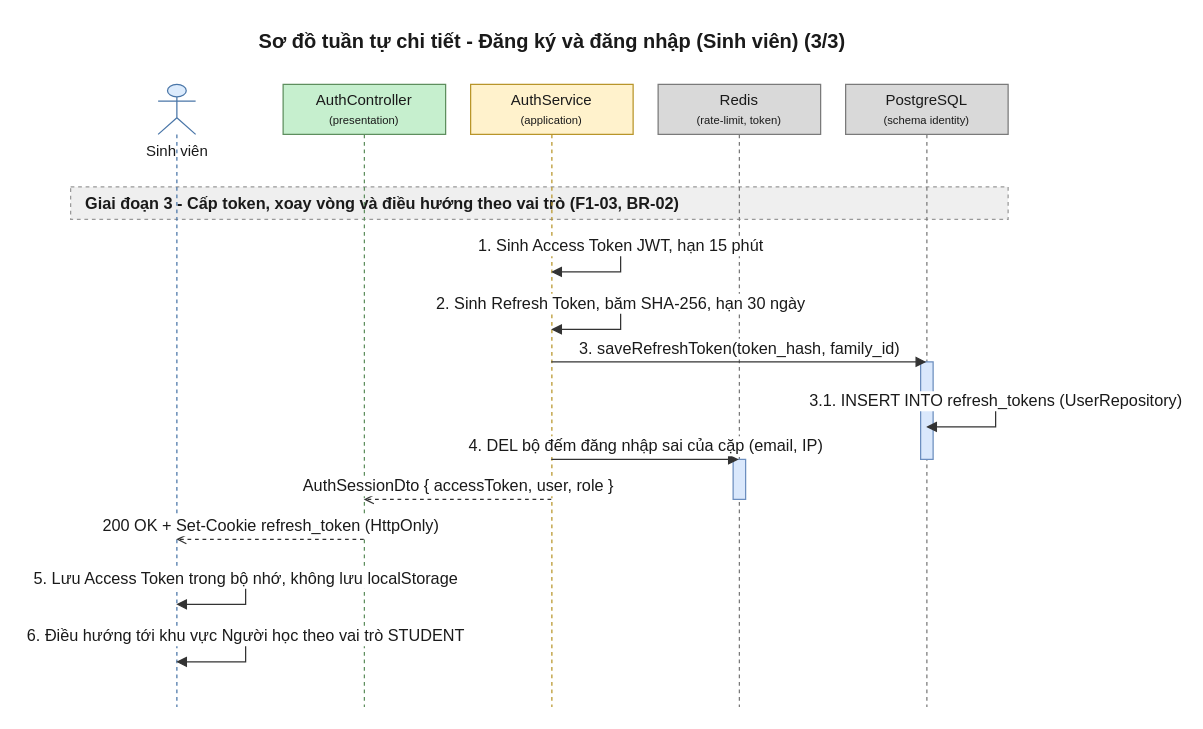
The draw.io diagram 08-diagram/sequence/user/sequence_user_dang_ky_dang_nhap_p3.drawio in daiphu1801/PRJ_ALGOPREP, before the edit. Source tidied: cells renumbered, new cells numbered last; positions are measured from the earlier drawing's top-left corner, leaving out a move shared by most shapes. Both pictures are drawn from the tidied source at 125%, with x=0, y=0 at pixel (70, 21).
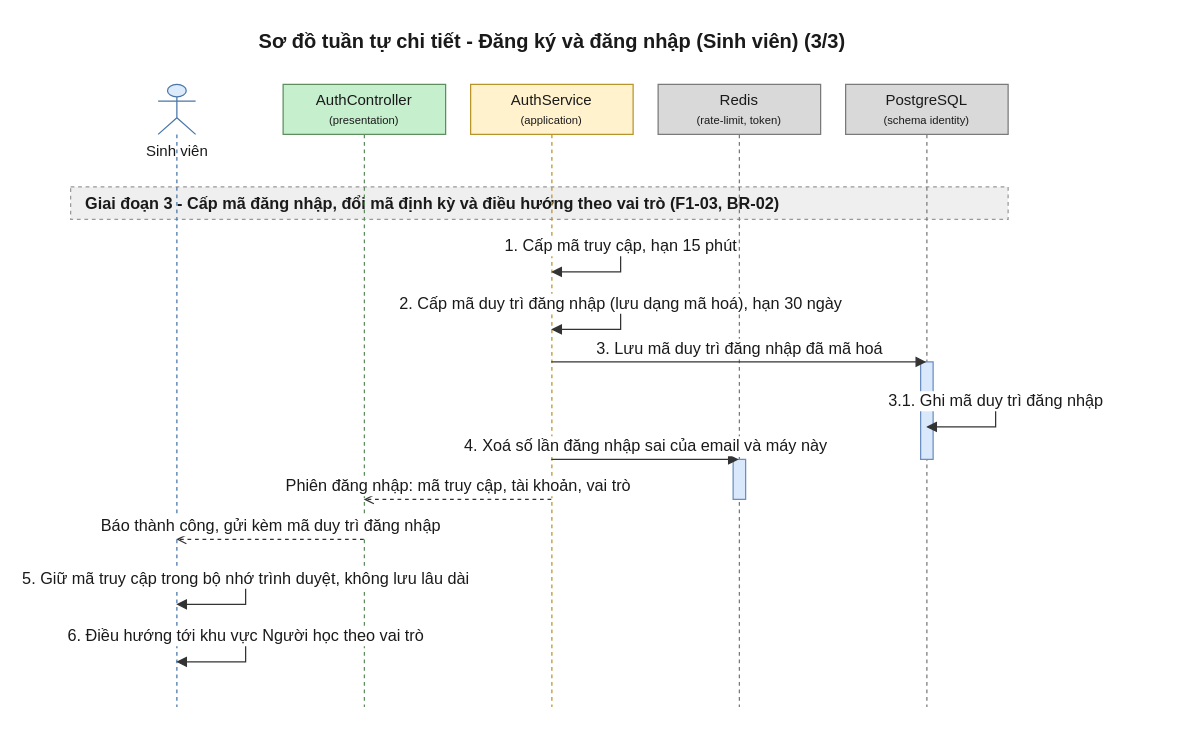
After the change.

Unchanged cells that the change refers to:
```xml
<mxCell id="4" value="Sinh viên" style="shape=umlLifeline;participant=umlActor;perimeter=lifelinePerimeter;html=1;outlineConnect=0;size=40;verticalAlign=top;spacingTop=40;fillColor=#DCEBFC;strokeColor=#4A76A8;fontColor=#1A1A1A;" parent="1" vertex="1">
  <mxGeometry x="70" y="50" width="30" height="498" as="geometry" />
</mxCell>
<mxCell id="5" value="AuthController&lt;br&gt;&lt;font style=&quot;font-size:9px&quot;&gt;(presentation)&lt;/font&gt;" style="shape=umlLifeline;perimeter=lifelinePerimeter;whiteSpace=wrap;html=1;outlineConnect=0;size=40;fillColor=#C6EFCE;strokeColor=#5E8E5E;fontColor=#1A1A1A;" parent="1" vertex="1">
  <mxGeometry x="170" y="50" width="130" height="498" as="geometry" />
</mxCell>
<mxCell id="6" value="AuthService&lt;br&gt;&lt;font style=&quot;font-size:9px&quot;&gt;(application)&lt;/font&gt;" style="shape=umlLifeline;perimeter=lifelinePerimeter;whiteSpace=wrap;html=1;outlineConnect=0;size=40;fillColor=#FFF2CC;strokeColor=#B8952A;fontColor=#1A1A1A;" parent="1" vertex="1">
  <mxGeometry x="320" y="50" width="130" height="498" as="geometry" />
</mxCell>
<mxCell id="7" value="Redis&lt;br&gt;&lt;font style=&quot;font-size:9px&quot;&gt;(rate-limit, token)&lt;/font&gt;" style="shape=umlLifeline;perimeter=lifelinePerimeter;whiteSpace=wrap;html=1;outlineConnect=0;size=40;fillColor=#D9D9D9;strokeColor=#7A7A7A;fontColor=#1A1A1A;" parent="1" vertex="1">
  <mxGeometry x="470" y="50" width="130" height="498" as="geometry" />
</mxCell>
<mxCell id="8" value="PostgreSQL&lt;br&gt;&lt;font style=&quot;font-size:9px&quot;&gt;(schema identity)&lt;/font&gt;" style="shape=umlLifeline;perimeter=lifelinePerimeter;whiteSpace=wrap;html=1;outlineConnect=0;size=40;fillColor=#D9D9D9;strokeColor=#7A7A7A;fontColor=#1A1A1A;" parent="1" vertex="1">
  <mxGeometry x="620" y="50" width="130" height="498" as="geometry" />
</mxCell>
```

The edit, as a diff of the source:
```diff
@@
-    <mxCell id="3" value="Giai đoạn 3 - Cấp token, xoay vòng và điều hướng theo vai trò (F1-03, BR-02)" style="algoprep=phase;rounded=0;whiteSpace=wrap;html=1;fillColor=#EFEFEF;strokeColor=#999999;dashed=1;align=left;verticalAlign=middle;spacingLeft=10;fontColor=#1A1A1A;fontSize=13;fontStyle=1;" parent="1" vertex="1">
+    <mxCell id="3" value="Giai đoạn 3 - Cấp mã đăng nhập, đổi mã định kỳ và điều hướng theo vai trò (F1-03, BR-02)" style="algoprep=phase;rounded=0;whiteSpace=wrap;html=1;fillColor=#EFEFEF;strokeColor=#999999;dashed=1;align=left;verticalAlign=middle;spacingLeft=10;fontColor=#1A1A1A;fontSize=13;fontStyle=1;" parent="1" vertex="1">
       <mxGeometry y="132" width="750" height="26" as="geometry" />
     </mxCell>
@@
-    <mxCell id="11" value="1. Sinh Access Token JWT, hạn 15 phút" style="edgeStyle=orthogonalEdgeStyle;rounded=0;html=1;endArrow=block;endFill=1;strokeColor=#333333;fontColor=#1A1A1A;fontSize=13;verticalAlign=bottom;exitX=0.5;exitY=0.2610;exitDx=0;exitDy=0;entryX=0.5;entryY=0.3012;entryDx=0;entryDy=0;" parent="1" edge="1" source="6" target="6">
+    <mxCell id="11" value="1. Cấp mã truy cập, hạn 15 phút" style="edgeStyle=orthogonalEdgeStyle;rounded=0;html=1;endArrow=block;endFill=1;strokeColor=#333333;fontColor=#1A1A1A;fontSize=13;verticalAlign=bottom;exitX=0.5;exitY=0.2610;exitDx=0;exitDy=0;entryX=0.5;entryY=0.3012;entryDx=0;entryDy=0;" parent="1" edge="1" source="6" target="6">
       <mxGeometry relative="1" as="geometry">
         <Array as="points">
           <mxPoint x="440" y="180" />
           <mxPoint x="440" y="200" />
         </Array>
       </mxGeometry>
     </mxCell>
-    <mxCell id="12" value="2. Sinh Refresh Token, băm SHA-256, hạn 30 ngày" style="edgeStyle=orthogonalEdgeStyle;rounded=0;html=1;endArrow=block;endFill=1;strokeColor=#333333;fontColor=#1A1A1A;fontSize=13;verticalAlign=bottom;exitX=0.5;exitY=0.3534;exitDx=0;exitDy=0;entryX=0.5;entryY=0.3936;entryDx=0;entryDy=0;" parent="1" edge="1" source="6" target="6">
+    <mxCell id="12" value="2. Cấp mã duy trì đăng nhập (lưu dạng mã hoá), hạn 30 ngày" style="edgeStyle=orthogonalEdgeStyle;rounded=0;html=1;endArrow=block;endFill=1;strokeColor=#333333;fontColor=#1A1A1A;fontSize=13;verticalAlign=bottom;exitX=0.5;exitY=0.3534;exitDx=0;exitDy=0;entryX=0.5;entryY=0.3936;entryDx=0;entryDy=0;" parent="1" edge="1" source="6" target="6">
       <mxGeometry relative="1" as="geometry">
         <Array as="points">
           <mxPoint x="440" y="226" />
           <mxPoint x="440" y="246" />
         </Array>
       </mxGeometry>
     </mxCell>
-    <mxCell id="13" value="3. saveRefreshToken(token_hash, family_id)" style="edgeStyle=none;html=1;endArrow=block;endFill=1;strokeColor=#333333;fontColor=#1A1A1A;fontSize=13;verticalAlign=bottom;exitX=0.5;exitY=0.4458;exitDx=0;exitDy=0;entryX=0.5;entryY=0.4458;entryDx=0;entryDy=0;" parent="1" edge="1" source="6" target="8">
+    <mxCell id="13" value="3. Lưu mã duy trì đăng nhập đã mã hoá" style="edgeStyle=none;html=1;endArrow=block;endFill=1;strokeColor=#333333;fontColor=#1A1A1A;fontSize=13;verticalAlign=bottom;exitX=0.5;exitY=0.4458;exitDx=0;exitDy=0;entryX=0.5;entryY=0.4458;entryDx=0;entryDy=0;" parent="1" edge="1" source="6" target="8">
       <mxGeometry relative="1" as="geometry" />
     </mxCell>
-    <mxCell id="14" value="3.1. INSERT INTO refresh_tokens (UserRepository)" style="edgeStyle=orthogonalEdgeStyle;rounded=0;html=1;endArrow=block;endFill=1;strokeColor=#333333;fontColor=#1A1A1A;fontSize=13;verticalAlign=bottom;exitX=0.5;exitY=0.5100;exitDx=0;exitDy=0;entryX=0.5;entryY=0.5502;entryDx=0;entryDy=0;" parent="1" edge="1" source="8" target="8">
+    <mxCell id="14" value="3.1. Ghi mã duy trì đăng nhập" style="edgeStyle=orthogonalEdgeStyle;rounded=0;html=1;endArrow=block;endFill=1;strokeColor=#333333;fontColor=#1A1A1A;fontSize=13;verticalAlign=bottom;exitX=0.5;exitY=0.5100;exitDx=0;exitDy=0;entryX=0.5;entryY=0.5502;entryDx=0;entryDy=0;" parent="1" edge="1" source="8" target="8">
       <mxGeometry relative="1" as="geometry">
         <Array as="points">
           <mxPoint x="740" y="304" />
           <mxPoint x="740" y="324" />
         </Array>
       </mxGeometry>
     </mxCell>
-    <mxCell id="15" value="4. DEL bộ đếm đăng nhập sai của cặp (email, IP)" style="edgeStyle=none;html=1;endArrow=block;endFill=1;strokeColor=#333333;fontColor=#1A1A1A;fontSize=13;verticalAlign=bottom;exitX=0.5;exitY=0.6024;exitDx=0;exitDy=0;entryX=0.5;entryY=0.6024;entryDx=0;entryDy=0;" parent="1" edge="1" source="6" target="7">
+    <mxCell id="15" value="4. Xoá số lần đăng nhập sai của email và máy này" style="edgeStyle=none;html=1;endArrow=block;endFill=1;strokeColor=#333333;fontColor=#1A1A1A;fontSize=13;verticalAlign=bottom;exitX=0.5;exitY=0.6024;exitDx=0;exitDy=0;entryX=0.5;entryY=0.6024;entryDx=0;entryDy=0;" parent="1" edge="1" source="6" target="7">
       <mxGeometry relative="1" as="geometry" />
     </mxCell>
-    <mxCell id="16" value="AuthSessionDto { accessToken, user, role }" style="edgeStyle=none;html=1;endArrow=open;endFill=0;dashed=1;strokeColor=#333333;fontColor=#1A1A1A;fontSize=13;verticalAlign=bottom;exitX=0.5;exitY=0.6667;exitDx=0;exitDy=0;entryX=0.5;entryY=0.6667;entryDx=0;entryDy=0;" parent="1" edge="1" source="6" target="5">
+    <mxCell id="16" value="Phiên đăng nhập: mã truy cập, tài khoản, vai trò" style="edgeStyle=none;html=1;endArrow=open;endFill=0;dashed=1;strokeColor=#333333;fontColor=#1A1A1A;fontSize=13;verticalAlign=bottom;exitX=0.5;exitY=0.6667;exitDx=0;exitDy=0;entryX=0.5;entryY=0.6667;entryDx=0;entryDy=0;" parent="1" edge="1" source="6" target="5">
       <mxGeometry relative="1" as="geometry" />
     </mxCell>
-    <mxCell id="17" value="200 OK + Set-Cookie refresh_token (HttpOnly)" style="edgeStyle=none;html=1;endArrow=open;endFill=0;dashed=1;strokeColor=#333333;fontColor=#1A1A1A;fontSize=13;verticalAlign=bottom;exitX=0.5;exitY=0.7309;exitDx=0;exitDy=0;entryX=0.5;entryY=0.7309;entryDx=0;entryDy=0;" parent="1" edge="1" source="5" target="4">
+    <mxCell id="17" value="Báo thành công, gửi kèm mã duy trì đăng nhập" style="edgeStyle=none;html=1;endArrow=open;endFill=0;dashed=1;strokeColor=#333333;fontColor=#1A1A1A;fontSize=13;verticalAlign=bottom;exitX=0.5;exitY=0.7309;exitDx=0;exitDy=0;entryX=0.5;entryY=0.7309;entryDx=0;entryDy=0;" parent="1" edge="1" source="5" target="4">
       <mxGeometry relative="1" as="geometry" />
     </mxCell>
-    <mxCell id="18" value="5. Lưu Access Token trong bộ nhớ, không lưu localStorage" style="edgeStyle=orthogonalEdgeStyle;rounded=0;html=1;endArrow=block;endFill=1;strokeColor=#333333;fontColor=#1A1A1A;fontSize=13;verticalAlign=bottom;exitX=0.5;exitY=0.7952;exitDx=0;exitDy=0;entryX=0.5;entryY=0.8353;entryDx=0;entryDy=0;" parent="1" edge="1" source="4" target="4">
+    <mxCell id="18" value="5. Giữ mã truy cập trong bộ nhớ trình duyệt, không lưu lâu dài" style="edgeStyle=orthogonalEdgeStyle;rounded=0;html=1;endArrow=block;endFill=1;strokeColor=#333333;fontColor=#1A1A1A;fontSize=13;verticalAlign=bottom;exitX=0.5;exitY=0.7952;exitDx=0;exitDy=0;entryX=0.5;entryY=0.8353;entryDx=0;entryDy=0;" parent="1" edge="1" source="4" target="4">
       <mxGeometry relative="1" as="geometry">
         <Array as="points">
           <mxPoint x="140" y="446" />
           <mxPoint x="140" y="466" />
         </Array>
       </mxGeometry>
     </mxCell>
-    <mxCell id="19" value="6. Điều hướng tới khu vực Người học theo vai trò STUDENT" style="edgeStyle=orthogonalEdgeStyle;rounded=0;html=1;endArrow=block;endFill=1;strokeColor=#333333;fontColor=#1A1A1A;fontSize=13;verticalAlign=bottom;exitX=0.5;exitY=0.8876;exitDx=0;exitDy=0;entryX=0.5;entryY=0.9277;entryDx=0;entryDy=0;" parent="1" edge="1" source="4" target="4">
+    <mxCell id="19" value="6. Điều hướng tới khu vực Người học theo vai trò" style="edgeStyle=orthogonalEdgeStyle;rounded=0;html=1;endArrow=block;endFill=1;strokeColor=#333333;fontColor=#1A1A1A;fontSize=13;verticalAlign=bottom;exitX=0.5;exitY=0.8876;exitDx=0;exitDy=0;entryX=0.5;entryY=0.9277;entryDx=0;entryDy=0;" parent="1" edge="1" source="4" target="4">
       <mxGeometry relative="1" as="geometry">
         <Array as="points">
           <mxPoint x="140" y="492" />
           <mxPoint x="140" y="512" />
         </Array>
       </mxGeometry>
     </mxCell>
```
